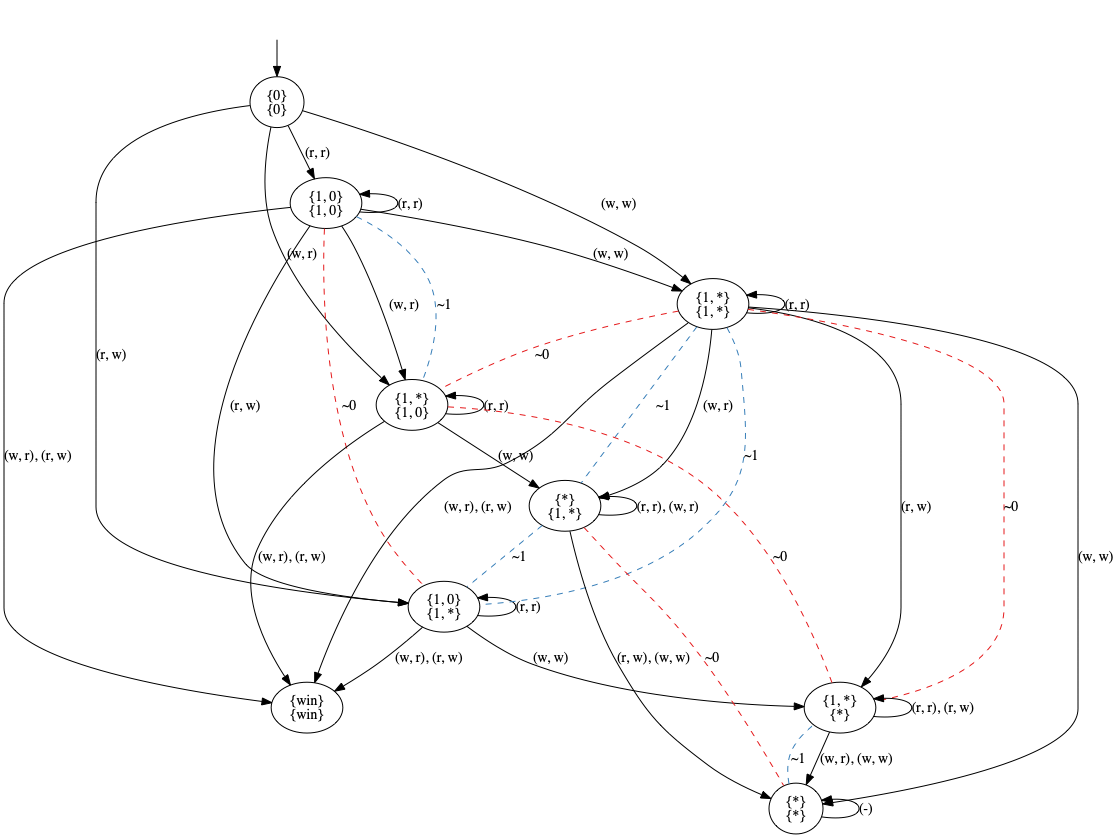
Above: pictures/GK.png in olandr/mkbsc (Graphviz), before the change. Its source is kept beside it as pictures/GK.dot.
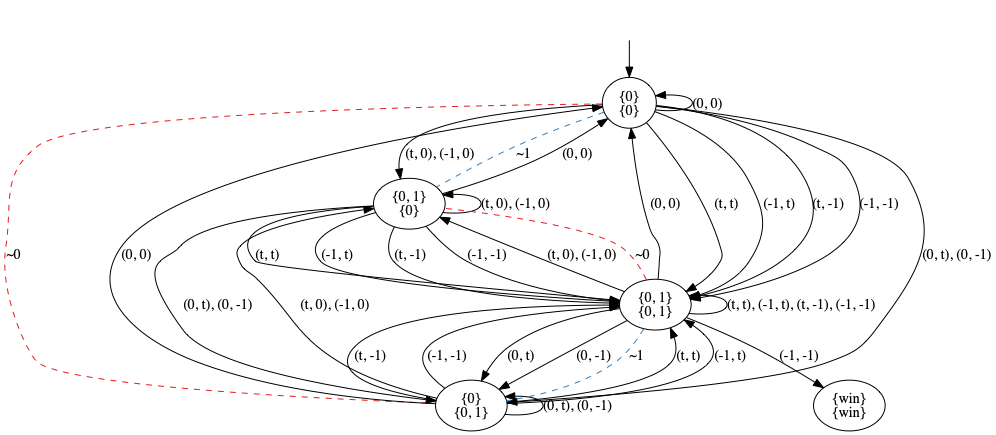
The same file after the commit.

The edit, as a diff of the source:
```diff
@@ -3,91 +3,42 @@
 nodesep=0.5;
 ranksep=0.5;
 splines=True;
-<<<<<<< HEAD
-4624182912 [label="{0}\n{0}"];
-4624182968 [label="{1, 0}\n{1, 0}"];
-4624182128 [label="{1, *}\n{1, 0}"];
-4624183248 [label="{1, 0}\n{1, *}"];
-4624180224 [label="{1, *}\n{1, *}"];
-4624180336 [label="{win}\n{win}"];
-4624114856 [label="{*}\n{1, *}"];
-4624115136 [label="{1, *}\n{*}"];
-4624115528 [label="{*}\n{*}"];
+4584738208 [label="{0}\n{0}"];
+4584735800 [label="{0, 1}\n{0}"];
+4584736808 [label="{0}\n{0, 1}"];
+4584736920 [label="{0, 1}\n{0, 1}"];
+4584653992 [label="{win}\n{win}"];
 hidden [label="", shape=none];
-4624182912 -> 4624182968  [action="('r', 'r')", key="('r', 'r')", label="(r, r)"];
-4624182912 -> 4624182128  [action="('w', 'r')", key="('w', 'r')", label="(w, r)"];
-4624182912 -> 4624183248  [action="('r', 'w')", key="('r', 'w')", label="(r, w)"];
-4624182912 -> 4624180224  [action="('w', 'w')", key="('w', 'w')", label="(w, w)"];
-4624182968 -> 4624182968  [action="('r', 'r')", dir=back, key="('r', 'r')", label="(r, r)"];
-4624182968 -> 4624182128  [action="('w', 'r')", key="('w', 'r')", label="(w, r)"];
-4624182968 -> 4624182128  [arrowhead=none, color=2, colorscheme=set19, constraint=True, key=1, label="~1", style=dashed];
-4624182968 -> 4624183248  [action="('r', 'w')", key="('r', 'w')", label="(r, w)"];
-4624182968 -> 4624183248  [arrowhead=none, color=1, colorscheme=set19, constraint=True, key=1, label="~0", style=dashed];
-4624182968 -> 4624180224  [action="('w', 'w')", key="('w', 'w')", label="(w, w)"];
-4624182968 -> 4624180336  [action="(('w', 'r'), ('r', 'w'))", key="(('w', 'r'), ('r', 'w'))", label="(w, r), (r, w)"];
-4624182128 -> 4624182128  [action="('r', 'r')", dir=back, key="('r', 'r')", label="(r, r)"];
-4624182128 -> 4624114856  [action="('w', 'w')", key="('w', 'w')", label="(w, w)"];
-4624182128 -> 4624180336  [action="(('w', 'r'), ('r', 'w'))", key="(('w', 'r'), ('r', 'w'))", label="(w, r), (r, w)"];
-4624183248 -> 4624183248  [action="('r', 'r')", dir=back, key="('r', 'r')", label="(r, r)"];
-4624183248 -> 4624115136  [action="('w', 'w')", key="('w', 'w')", label="(w, w)"];
-4624183248 -> 4624180336  [action="(('w', 'r'), ('r', 'w'))", key="(('w', 'r'), ('r', 'w'))", label="(w, r), (r, w)"];
-4624180224 -> 4624180224  [action="('r', 'r')", dir=back, key="('r', 'r')", label="(r, r)"];
-4624180224 -> 4624114856  [action="('w', 'r')", key="('w', 'r')", label="(w, r)"];
-4624180224 -> 4624114856  [arrowhead=none, color=2, colorscheme=set19, constraint=True, key=1, label="~1", style=dashed];
-4624180224 -> 4624115136  [action="('r', 'w')", key="('r', 'w')", label="(r, w)"];
-4624180224 -> 4624115136  [arrowhead=none, color=1, colorscheme=set19, constraint=True, key=1, label="~0", style=dashed];
-4624180224 -> 4624115528  [action="('w', 'w')", key="('w', 'w')", label="(w, w)"];
-4624180224 -> 4624180336  [action="(('w', 'r'), ('r', 'w'))", key="(('w', 'r'), ('r', 'w'))", label="(w, r), (r, w)"];
-4624180224 -> 4624182128  [arrowhead=none, color=1, colorscheme=set19, constraint=True, key=0, label="~0", style=dashed];
-4624180224 -> 4624183248  [arrowhead=none, color=2, colorscheme=set19, constraint=True, key=0, label="~1", style=dashed];
-4624114856 -> 4624114856  [action="(('r', 'r'), ('w', 'r'))", dir=back, key="(('r', 'r'), ('w', 'r'))", label="(r, r), (w, r)"];
-4624114856 -> 4624115528  [action="(('r', 'w'), ('w', 'w'))", key="(('r', 'w'), ('w', 'w'))", label="(r, w), (w, w)"];
-4624114856 -> 4624115528  [arrowhead=none, color=1, colorscheme=set19, constraint=True, key=1, label="~0", style=dashed];
-4624114856 -> 4624183248  [arrowhead=none, color=2, colorscheme=set19, constraint=True, key=0, label="~1", style=dashed];
-4624115136 -> 4624115136  [action="(('r', 'r'), ('r', 'w'))", dir=back, key="(('r', 'r'), ('r', 'w'))", label="(r, r), (r, w)"];
-4624115136 -> 4624115528  [action="(('w', 'r'), ('w', 'w'))", key="(('w', 'r'), ('w', 'w'))", label="(w, r), (w, w)"];
-4624115136 -> 4624182128  [arrowhead=none, color=1, colorscheme=set19, constraint=True, key=0, label="~0", style=dashed];
-4624115528 -> 4624115528  [action="(('r', 'r'), ('w', 'r'), ('r', 'w'), ('w', 'w'))", dir=back, key="(('r', 'r'), ('w', 'r'), ('r', 'w'), ('w', 'w'))", label="(-)"];
-4624115528 -> 4624115136  [arrowhead=none, color=2, colorscheme=set19, constraint=True, key=0, label="~1", style=dashed];
-hidden -> 4624182912  [key=0];
-=======
-140665738403400 [label="{0}\n{0}"];
-140665738402448 [label="{1, 0}\n{0}"];
-140665738403680 [label="{0}\n{1, 0}"];
-140665738400096 [label="{1, 0}\n{1, 0}"];
-140665738073592 [label="{win}\n{win}"];
-hidden [label="", shape=none];
-140665738403400 -> 140665738403400  [action="('0', '0')", dir=back, key="('0', '0')", label="(0, 0)"];
-140665738403400 -> 140665738400096  [action="('t', 't')", key="('t', 't')", label="(t, t)"];
-140665738403400 -> 140665738400096  [action="('-1', 't')", key="('-1', 't')", label="(-1, t)"];
-140665738403400 -> 140665738400096  [action="('t', '-1')", key="('t', '-1')", label="(t, -1)"];
-140665738403400 -> 140665738400096  [action="('-1', '-1')", key="('-1', '-1')", label="(-1, -1)"];
-140665738403400 -> 140665738402448  [action="(('t', '0'), ('-1', '0'))", key="(('t', '0'), ('-1', '0'))", label="(t, 0), (-1, 0)"];
-140665738403400 -> 140665738403680  [action="(('0', 't'), ('0', '-1'))", key="(('0', 't'), ('0', '-1'))", label="(0, t), (0, -1)"];
-140665738403400 -> 140665738403680  [arrowhead=none, color=1, colorscheme=set19, constraint=True, key=1, label="~0", style=dashed];
-140665738402448 -> 140665738403400  [action="('0', '0')", key="('0', '0')", label="(0, 0)"];
-140665738402448 -> 140665738403400  [arrowhead=none, color=2, colorscheme=set19, constraint=True, key=1, label="~1", style=dashed];
-140665738402448 -> 140665738400096  [action="('t', 't')", key="('t', 't')", label="(t, t)"];
-140665738402448 -> 140665738400096  [action="('-1', 't')", key="('-1', 't')", label="(-1, t)"];
-140665738402448 -> 140665738400096  [action="('t', '-1')", key="('t', '-1')", label="(t, -1)"];
-140665738402448 -> 140665738400096  [action="('-1', '-1')", key="('-1', '-1')", label="(-1, -1)"];
-140665738402448 -> 140665738400096  [arrowhead=none, color=1, colorscheme=set19, constraint=True, key=4, label="~0", style=dashed];
-140665738402448 -> 140665738402448  [action="(('t', '0'), ('-1', '0'))", dir=back, key="(('t', '0'), ('-1', '0'))", label="(t, 0), (-1, 0)"];
-140665738402448 -> 140665738403680  [action="(('0', 't'), ('0', '-1'))", key="(('0', 't'), ('0', '-1'))", label="(0, t), (0, -1)"];
-140665738403680 -> 140665738403400  [action="('0', '0')", key="('0', '0')", label="(0, 0)"];
-140665738403680 -> 140665738400096  [action="('t', 't')", key="('t', 't')", label="(t, t)"];
-140665738403680 -> 140665738400096  [action="('-1', 't')", key="('-1', 't')", label="(-1, t)"];
-140665738403680 -> 140665738400096  [action="('t', '-1')", key="('t', '-1')", label="(t, -1)"];
-140665738403680 -> 140665738400096  [action="('-1', '-1')", key="('-1', '-1')", label="(-1, -1)"];
-140665738403680 -> 140665738400096  [arrowhead=none, color=2, colorscheme=set19, constraint=True, key=4, label="~1", style=dashed];
-140665738403680 -> 140665738402448  [action="(('t', '0'), ('-1', '0'))", key="(('t', '0'), ('-1', '0'))", label="(t, 0), (-1, 0)"];
-140665738403680 -> 140665738403680  [action="(('0', 't'), ('0', '-1'))", dir=back, key="(('0', 't'), ('0', '-1'))", label="(0, t), (0, -1)"];
-140665738400096 -> 140665738403400  [action="('0', '0')", key="('0', '0')", label="(0, 0)"];
-140665738400096 -> 140665738403680  [action="('0', 't')", key="('0', 't')", label="(0, t)"];
-140665738400096 -> 140665738403680  [action="('0', '-1')", key="('0', '-1')", label="(0, -1)"];
-140665738400096 -> 140665738073592  [action="('-1', '-1')", key="('-1', '-1')", label="(-1, -1)"];
-140665738400096 -> 140665738402448  [action="(('t', '0'), ('-1', '0'))", key="(('t', '0'), ('-1', '0'))", label="(t, 0), (-1, 0)"];
-140665738400096 -> 140665738400096  [action="(('t', 't'), ('-1', 't'), ('t', '-1'), ('-1', '-1'))", dir=back, key="(('t', 't'), ('-1', 't'), ('t', '-1'), ('-1', '-1'))", label="(t, t), (-1, t), (t, -1), (-1, -1)"];
-hidden -> 140665738403400  [key=0];
->>>>>>> 5a49b24dd74dfa717dd6a028cc06fee28ce2d680
+4584738208 -> 4584738208  [action="('0', '0')", dir=back, key="('0', '0')", label="(0, 0)"];
+4584738208 -> 4584736920  [action="('t', 't')", key="('t', 't')", label="(t, t)"];
+4584738208 -> 4584736920  [action="('-1', 't')", key="('-1', 't')", label="(-1, t)"];
+4584738208 -> 4584736920  [action="('t', '-1')", key="('t', '-1')", label="(t, -1)"];
+4584738208 -> 4584736920  [action="('-1', '-1')", key="('-1', '-1')", label="(-1, -1)"];
+4584738208 -> 4584735800  [action="(('t', '0'), ('-1', '0'))", key="(('t', '0'), ('-1', '0'))", label="(t, 0), (-1, 0)"];
+4584738208 -> 4584735800  [arrowhead=none, color=2, colorscheme=set19, constraint=True, key=1, label="~1", style=dashed];
+4584738208 -> 4584736808  [action="(('0', 't'), ('0', '-1'))", key="(('0', 't'), ('0', '-1'))", label="(0, t), (0, -1)"];
+4584738208 -> 4584736808  [arrowhead=none, color=1, colorscheme=set19, constraint=True, key=1, label="~0", style=dashed];
+4584735800 -> 4584738208  [action="('0', '0')", key="('0', '0')", label="(0, 0)"];
+4584735800 -> 4584736920  [action="('t', 't')", key="('t', 't')", label="(t, t)"];
+4584735800 -> 4584736920  [action="('-1', 't')", key="('-1', 't')", label="(-1, t)"];
+4584735800 -> 4584736920  [action="('t', '-1')", key="('t', '-1')", label="(t, -1)"];
+4584735800 -> 4584736920  [action="('-1', '-1')", key="('-1', '-1')", label="(-1, -1)"];
+4584735800 -> 4584735800  [action="(('t', '0'), ('-1', '0'))", dir=back, key="(('t', '0'), ('-1', '0'))", label="(t, 0), (-1, 0)"];
+4584735800 -> 4584736808  [action="(('0', 't'), ('0', '-1'))", key="(('0', 't'), ('0', '-1'))", label="(0, t), (0, -1)"];
+4584736808 -> 4584738208  [action="('0', '0')", key="('0', '0')", label="(0, 0)"];
+4584736808 -> 4584736920  [action="('t', 't')", key="('t', 't')", label="(t, t)"];
+4584736808 -> 4584736920  [action="('-1', 't')", key="('-1', 't')", label="(-1, t)"];
+4584736808 -> 4584736920  [action="('t', '-1')", key="('t', '-1')", label="(t, -1)"];
+4584736808 -> 4584736920  [action="('-1', '-1')", key="('-1', '-1')", label="(-1, -1)"];
+4584736808 -> 4584735800  [action="(('t', '0'), ('-1', '0'))", key="(('t', '0'), ('-1', '0'))", label="(t, 0), (-1, 0)"];
+4584736808 -> 4584736808  [action="(('0', 't'), ('0', '-1'))", dir=back, key="(('0', 't'), ('0', '-1'))", label="(0, t), (0, -1)"];
+4584736920 -> 4584738208  [action="('0', '0')", key="('0', '0')", label="(0, 0)"];
+4584736920 -> 4584736808  [action="('0', 't')", key="('0', 't')", label="(0, t)"];
+4584736920 -> 4584736808  [action="('0', '-1')", key="('0', '-1')", label="(0, -1)"];
+4584736920 -> 4584736808  [arrowhead=none, color=2, colorscheme=set19, constraint=True, key=2, label="~1", style=dashed];
+4584736920 -> 4584653992  [action="('-1', '-1')", key="('-1', '-1')", label="(-1, -1)"];
+4584736920 -> 4584735800  [action="(('t', '0'), ('-1', '0'))", key="(('t', '0'), ('-1', '0'))", label="(t, 0), (-1, 0)"];
+4584736920 -> 4584735800  [arrowhead=none, color=1, colorscheme=set19, constraint=True, key=1, label="~0", style=dashed];
+4584736920 -> 4584736920  [action="(('t', 't'), ('-1', 't'), ('t', '-1'), ('-1', '-1'))", dir=back, key="(('t', 't'), ('-1', 't'), ('t', '-1'), ('-1', '-1'))", label="(t, t), (-1, t), (t, -1), (-1, -1)"];
+hidden -> 4584738208  [key=0];
 }
```
